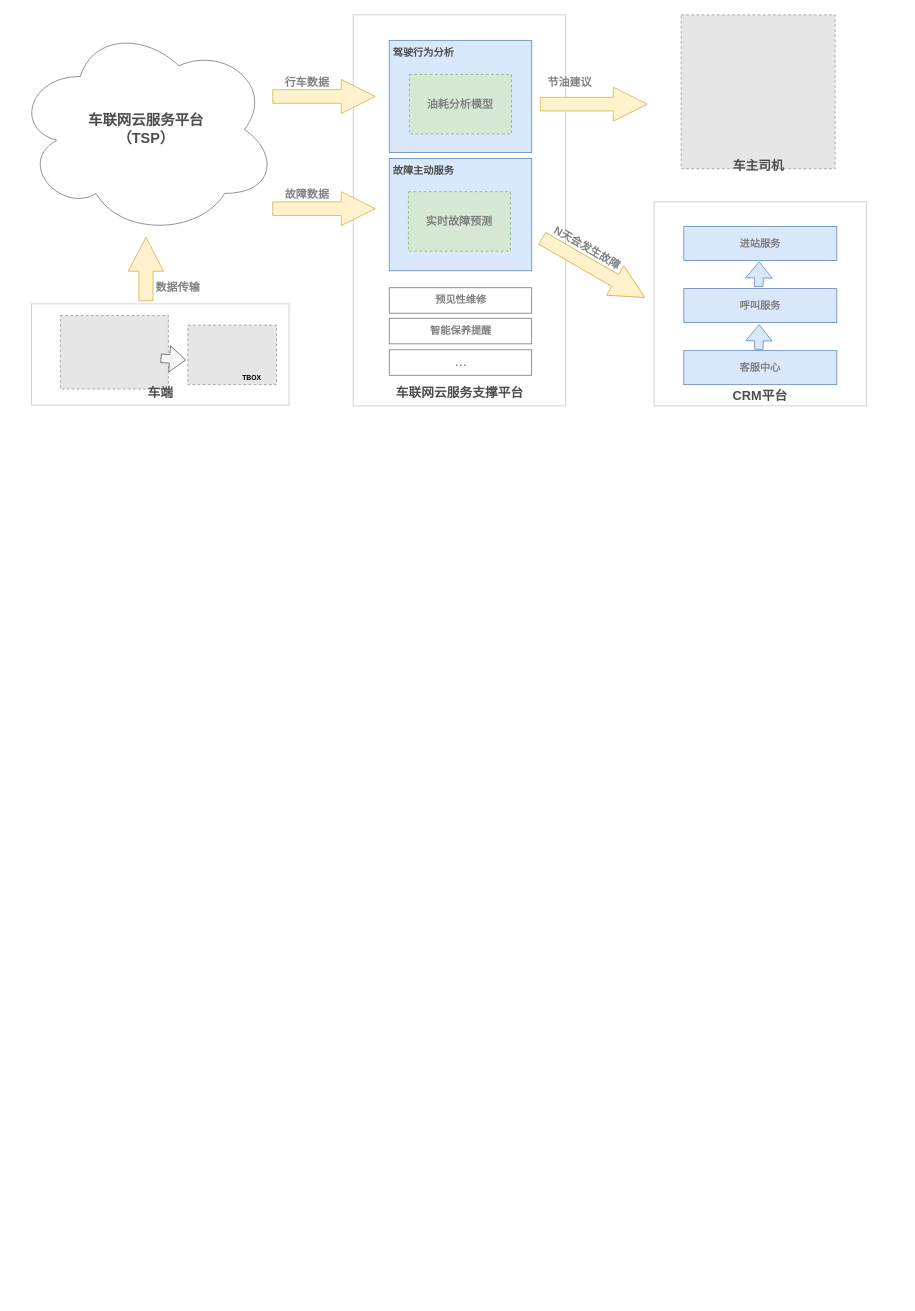
Max-yuki/share keeps this draw.io diagram as gb-ontology.drawio. Above is the earlier version. Source tidied: cells renumbered, new cells numbered last; positions are measured from the earlier drawing's top-left corner, leaving out a move shared by most shapes. Both pictures are drawn from the tidied source at 85%, with x=0, y=0 at pixel (14, 14). Pictures stored in the file or linked from it are replaced by grey dashed boxes.
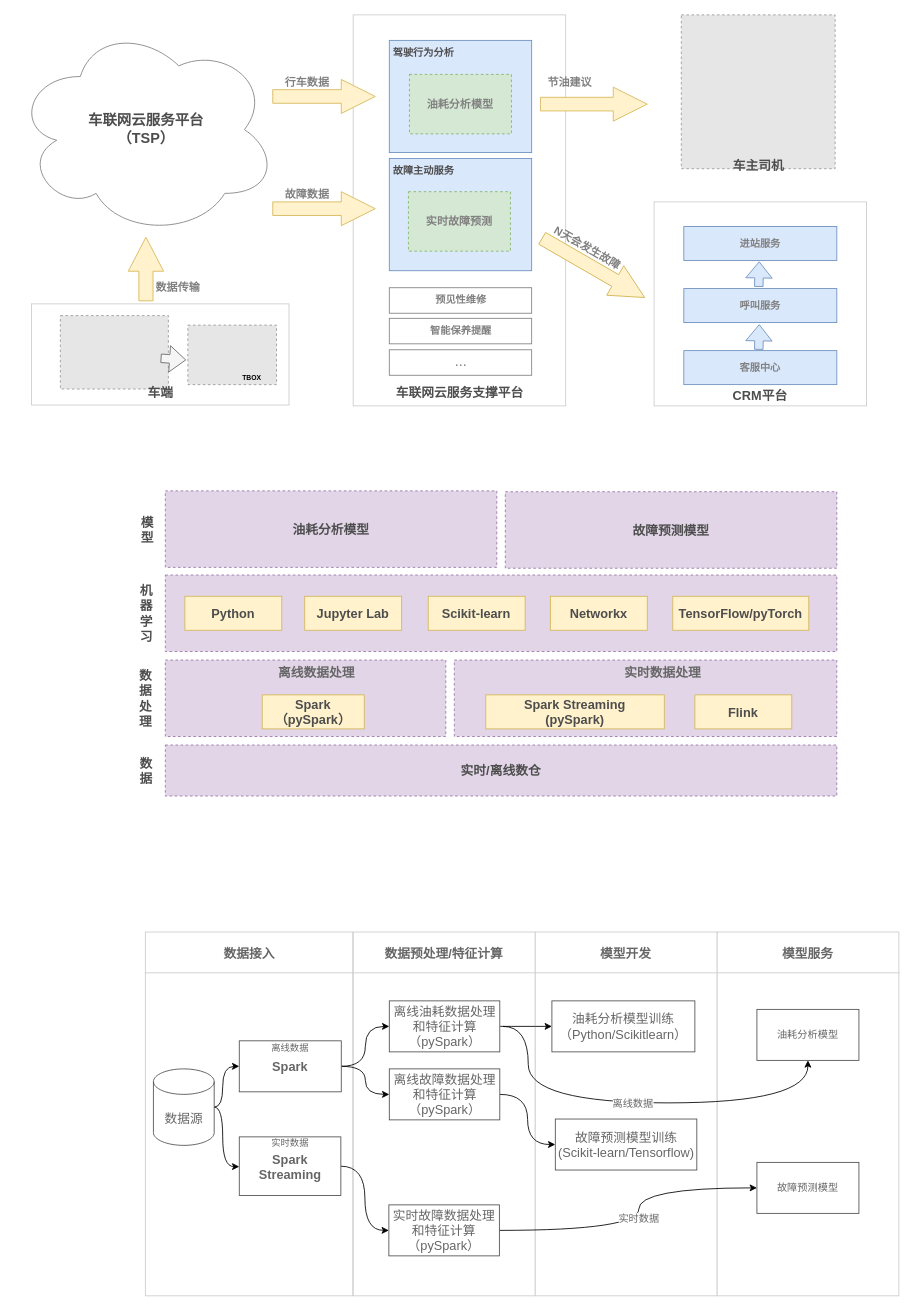
The same page after the edit.

Diff of the diagram source:
```diff
@@
+    <mxCell id="42" value="实时/离线数仓" style="rounded=0;whiteSpace=wrap;html=1;dashed=1;fontSize=15;strokeColor=#9673a6;fillColor=#e1d5e7;fontStyle=1;fontColor=#4D4D4D;" parent="1" vertex="1">
+      <mxGeometry x="177" y="859" width="790" height="60" as="geometry" />
+    </mxCell>
+    <mxCell id="43" style="rounded=0;whiteSpace=wrap;html=1;dashed=1;fontSize=15;strokeColor=#9673a6;fillColor=#e1d5e7;" parent="1" vertex="1">
+      <mxGeometry x="177" y="759" width="330" height="90" as="geometry" />
+    </mxCell>
+    <mxCell id="44" style="rounded=0;whiteSpace=wrap;html=1;dashed=1;fontSize=15;strokeColor=#9673a6;fillColor=#e1d5e7;" parent="1" vertex="1">
+      <mxGeometry x="517" y="759" width="450" height="90" as="geometry" />
+    </mxCell>
+    <mxCell id="45" value="离线数据处理" style="text;html=1;strokeColor=none;fillColor=none;align=center;verticalAlign=middle;whiteSpace=wrap;rounded=0;dashed=1;fontSize=15;fontColor=#666666;fontStyle=1;" parent="1" vertex="1">
+      <mxGeometry x="299" y="759" width="112" height="30" as="geometry" />
+    </mxCell>
+    <mxCell id="46" value="&lt;span style=&quot;&quot;&gt;实时数据处理&lt;/span&gt;" style="text;html=1;strokeColor=none;fillColor=none;align=center;verticalAlign=middle;whiteSpace=wrap;rounded=0;dashed=1;fontSize=15;fontColor=#666666;fontStyle=1;" parent="1" vertex="1">
+      <mxGeometry x="681.5" y="759" width="161" height="30" as="geometry" />
+    </mxCell>
+    <mxCell id="47" value="Spark（pySpark）" style="rounded=0;whiteSpace=wrap;html=1;fontSize=15;strokeColor=#d6b656;fontStyle=1;fillColor=#fff2cc;fontColor=#4D4D4D;" parent="1" vertex="1">
+      <mxGeometry x="291" y="800" width="120" height="40" as="geometry" />
+    </mxCell>
+    <mxCell id="48" value="Spark Streaming&lt;br&gt;(pySpark)" style="rounded=0;whiteSpace=wrap;html=1;fontSize=15;strokeColor=#d6b656;fontStyle=1;fillColor=#fff2cc;fontColor=#4D4D4D;" parent="1" vertex="1">
+      <mxGeometry x="554" y="800" width="210" height="40" as="geometry" />
+    </mxCell>
+    <mxCell id="49" value="Flink" style="rounded=0;whiteSpace=wrap;html=1;fontSize=15;strokeColor=#d6b656;fontStyle=1;fillColor=#fff2cc;fontColor=#4D4D4D;" parent="1" vertex="1">
+      <mxGeometry x="800" y="800" width="114" height="40" as="geometry" />
+    </mxCell>
+    <mxCell id="50" style="rounded=0;whiteSpace=wrap;html=1;dashed=1;fontSize=15;strokeColor=#9673a6;fillColor=#e1d5e7;" parent="1" vertex="1">
+      <mxGeometry x="177" y="659" width="790" height="90" as="geometry" />
+    </mxCell>
+    <mxCell id="51" value="油耗分析模型" style="rounded=0;whiteSpace=wrap;html=1;dashed=1;fontSize=15;strokeColor=#9673a6;fillColor=#e1d5e7;fontStyle=1;fontColor=#4D4D4D;" parent="1" vertex="1">
+      <mxGeometry x="177" y="560" width="390" height="90" as="geometry" />
+    </mxCell>
+    <mxCell id="52" value="故障预测模型" style="rounded=0;whiteSpace=wrap;html=1;dashed=1;fontSize=15;strokeColor=#9673a6;fillColor=#e1d5e7;fontStyle=1;fontColor=#4D4D4D;" parent="1" vertex="1">
+      <mxGeometry x="577" y="561" width="390" height="90" as="geometry" />
+    </mxCell>
+    <mxCell id="53" value="Python" style="rounded=0;whiteSpace=wrap;html=1;fontSize=15;strokeColor=#d6b656;fontStyle=1;fillColor=#fff2cc;fontColor=#4D4D4D;" parent="1" vertex="1">
+      <mxGeometry x="200" y="684" width="114" height="40" as="geometry" />
+    </mxCell>
+    <mxCell id="54" value="Jupyter Lab" style="rounded=0;whiteSpace=wrap;html=1;fontSize=15;strokeColor=#d6b656;fontStyle=1;fillColor=#fff2cc;fontColor=#4D4D4D;" parent="1" vertex="1">
+      <mxGeometry x="341" y="684" width="114" height="40" as="geometry" />
+    </mxCell>
+    <mxCell id="55" value="Scikit-learn" style="rounded=0;whiteSpace=wrap;html=1;fontSize=15;strokeColor=#d6b656;fontStyle=1;fillColor=#fff2cc;fontColor=#4D4D4D;" parent="1" vertex="1">
+      <mxGeometry x="486.3" y="684" width="114" height="40" as="geometry" />
+    </mxCell>
+    <mxCell id="56" value="Networkx" style="rounded=0;whiteSpace=wrap;html=1;fontSize=15;strokeColor=#d6b656;fontStyle=1;fillColor=#fff2cc;fontColor=#4D4D4D;" parent="1" vertex="1">
+      <mxGeometry x="630" y="684" width="114" height="40" as="geometry" />
+    </mxCell>
+    <mxCell id="57" value="TensorFlow/pyTorch" style="rounded=0;whiteSpace=wrap;html=1;fontSize=15;strokeColor=#d6b656;fontStyle=1;fillColor=#fff2cc;fontColor=#4D4D4D;" parent="1" vertex="1">
+      <mxGeometry x="774" y="684" width="160" height="40" as="geometry" />
+    </mxCell>
+    <mxCell id="58" value="数据" style="text;html=1;strokeColor=none;fillColor=none;align=center;verticalAlign=middle;whiteSpace=wrap;rounded=0;dashed=1;fontSize=15;fontColor=#4D4D4D;fontStyle=1;" parent="1" vertex="1">
+      <mxGeometry x="141.7" y="874" width="25" height="30" as="geometry" />
+    </mxCell>
+    <mxCell id="59" value="数据处理" style="text;html=1;strokeColor=none;fillColor=none;align=center;verticalAlign=middle;whiteSpace=wrap;rounded=0;dashed=1;fontSize=15;fontColor=#4D4D4D;fontStyle=1;" parent="1" vertex="1">
+      <mxGeometry x="144" y="789" width="20" height="30" as="geometry" />
+    </mxCell>
+    <mxCell id="60" value="机&lt;br&gt;器&lt;br&gt;学&lt;br&gt;习" style="text;html=1;strokeColor=none;fillColor=none;align=center;verticalAlign=middle;whiteSpace=wrap;rounded=0;dashed=1;fontSize=15;fontColor=#4D4D4D;fontStyle=1;" parent="1" vertex="1">
+      <mxGeometry x="140" y="689" width="30" height="30" as="geometry" />
+    </mxCell>
+    <mxCell id="61" value="模型" style="text;html=1;strokeColor=none;fillColor=none;align=center;verticalAlign=middle;whiteSpace=wrap;rounded=0;dashed=1;fontSize=15;fontColor=#4D4D4D;fontStyle=1;" parent="1" vertex="1">
+      <mxGeometry x="144.7" y="591" width="22" height="30" as="geometry" />
+    </mxCell>
+    <mxCell id="62" style="edgeStyle=orthogonalEdgeStyle;curved=1;rounded=0;jettySize=auto;html=1;exitX=1;exitY=0.5;exitDx=0;exitDy=0;entryX=0;entryY=0.5;entryDx=0;entryDy=0;fontSize=12;fontColor=#666666;strokeWidth=1;" parent="1" edge="1" source="86">
+      <mxGeometry relative="1" as="geometry">
+        <mxPoint x="444" y="1235" as="targetPoint" />
+      </mxGeometry>
+    </mxCell>
+    <mxCell id="63" style="edgeStyle=orthogonalEdgeStyle;curved=1;rounded=0;jettySize=auto;html=1;exitX=1;exitY=0.5;exitDx=0;exitDy=0;fontSize=12;fontColor=#666666;strokeWidth=1;" parent="1" edge="1" source="83" target="76">
+      <mxGeometry relative="1" as="geometry" />
+    </mxCell>
+    <mxCell id="64" style="edgeStyle=orthogonalEdgeStyle;curved=1;rounded=0;jettySize=auto;html=1;exitX=1;exitY=0.5;exitDx=0;exitDy=0;entryX=0.16;entryY=0.55;entryDx=0;entryDy=0;entryPerimeter=0;fontSize=12;fontColor=#666666;strokeWidth=1;" parent="1" edge="1" source="71">
+      <mxGeometry relative="1" as="geometry">
+        <mxPoint x="891.6" y="1222" as="targetPoint" />
+      </mxGeometry>
+    </mxCell>
+    <mxCell id="65" style="edgeStyle=orthogonalEdgeStyle;curved=1;rounded=0;jettySize=auto;html=1;exitX=1;exitY=0.5;exitDx=0;exitDy=0;entryX=0.16;entryY=0.55;entryDx=0;entryDy=0;entryPerimeter=0;fontSize=12;fontColor=#666666;strokeWidth=1;" parent="1" edge="1" source="72">
+      <mxGeometry relative="1" as="geometry">
+        <mxPoint x="894.3" y="1414.6" as="targetPoint" />
+      </mxGeometry>
+    </mxCell>
+    <mxCell id="66" style="edgeStyle=orthogonalEdgeStyle;curved=1;rounded=0;jettySize=auto;html=1;exitX=1;exitY=0.5;exitDx=0;exitDy=0;entryX=0;entryY=0.5;entryDx=0;entryDy=0;fontSize=12;fontColor=#666666;strokeWidth=1;" parent="1" edge="1" target="71">
+      <mxGeometry relative="1" as="geometry">
+        <mxPoint x="564" y="1235" as="sourcePoint" />
+      </mxGeometry>
+    </mxCell>
+    <mxCell id="67" value="模型服务" style="rounded=0;whiteSpace=wrap;html=1;fontSize=15;fontColor=#666666;strokeColor=#CCCCCC;fontStyle=1;" parent="1" vertex="1">
+      <mxGeometry x="826" y="1079" width="214" height="49" as="geometry" />
+    </mxCell>
+    <mxCell id="68" style="rounded=0;whiteSpace=wrap;html=1;fontSize=15;fontColor=#666666;strokeColor=#CCCCCC;" parent="1" vertex="1">
+      <mxGeometry x="826" y="1127" width="214" height="380" as="geometry" />
+    </mxCell>
+    <mxCell id="69" value="模型开发" style="rounded=0;whiteSpace=wrap;html=1;fontSize=15;fontColor=#666666;strokeColor=#CCCCCC;fontStyle=1;" parent="1" vertex="1">
+      <mxGeometry x="612" y="1079" width="214" height="49" as="geometry" />
+    </mxCell>
+    <mxCell id="70" style="rounded=0;whiteSpace=wrap;html=1;fontSize=15;fontColor=#666666;strokeColor=#CCCCCC;" parent="1" vertex="1">
+      <mxGeometry x="612" y="1127" width="214" height="380" as="geometry" />
+    </mxCell>
+    <mxCell id="71" value="油耗分析模型训练&lt;br&gt;（Python/Scikitlearn）" style="rounded=0;whiteSpace=wrap;html=1;fontSize=15;fontColor=#666666;strokeColor=#4D4D4D;" parent="1" vertex="1">
+      <mxGeometry x="631.8" y="1160" width="168.2" height="60" as="geometry" />
+    </mxCell>
+    <mxCell id="72" value="故障预测模型训练&lt;br&gt;(Scikit-learn/Tensorflow)" style="rounded=0;whiteSpace=wrap;html=1;fontSize=15;fontColor=#666666;strokeColor=#4D4D4D;" parent="1" vertex="1">
+      <mxGeometry x="635.8" y="1299" width="166.5" height="60" as="geometry" />
+    </mxCell>
+    <mxCell id="73" value="数据预处理/特征计算" style="rounded=0;whiteSpace=wrap;html=1;fontSize=15;fontColor=#666666;strokeColor=#CCCCCC;fontStyle=1;" parent="1" vertex="1">
+      <mxGeometry x="398" y="1079" width="214" height="49" as="geometry" />
+    </mxCell>
+    <mxCell id="74" style="rounded=0;whiteSpace=wrap;html=1;fontSize=15;fontColor=#666666;strokeColor=#CCCCCC;" parent="1" vertex="1">
+      <mxGeometry x="398" y="1127" width="214" height="380" as="geometry" />
+    </mxCell>
+    <mxCell id="75" value="实时数据" style="edgeStyle=orthogonalEdgeStyle;curved=1;rounded=0;jettySize=auto;html=1;exitX=1;exitY=0.5;exitDx=0;exitDy=0;entryX=0;entryY=0.5;entryDx=0;entryDy=0;fontSize=12;fontColor=#666666;strokeWidth=1;" parent="1" edge="1" source="76" target="95">
+      <mxGeometry relative="1" as="geometry">
+        <Array as="points">
+          <mxPoint x="734" y="1430" />
+          <mxPoint x="734" y="1380" />
+        </Array>
+      </mxGeometry>
+    </mxCell>
+    <mxCell id="76" value="实时故障数据处理和特征计算（pySpark）" style="rounded=0;whiteSpace=wrap;html=1;fontSize=15;fontColor=#666666;strokeColor=#4D4D4D;" parent="1" vertex="1">
+      <mxGeometry x="440" y="1400" width="130" height="60" as="geometry" />
+    </mxCell>
+    <mxCell id="77" value="数据接入" style="rounded=0;whiteSpace=wrap;html=1;fontSize=15;fontColor=#666666;strokeColor=#CCCCCC;fontStyle=1;" parent="1" vertex="1">
+      <mxGeometry x="153.5" y="1079" width="244" height="49" as="geometry" />
+    </mxCell>
+    <mxCell id="78" style="rounded=0;whiteSpace=wrap;html=1;fontSize=15;fontColor=#666666;strokeColor=#CCCCCC;" parent="1" vertex="1">
+      <mxGeometry x="153.5" y="1127" width="244" height="380" as="geometry" />
+    </mxCell>
+    <mxCell id="79" style="edgeStyle=orthogonalEdgeStyle;rounded=0;jettySize=auto;html=1;exitX=1;exitY=0.5;exitDx=0;exitDy=0;exitPerimeter=0;entryX=0;entryY=0.5;entryDx=0;entryDy=0;fontSize=15;fontColor=#666666;strokeWidth=1;curved=1;" parent="1" edge="1" source="81" target="86">
+      <mxGeometry relative="1" as="geometry">
+        <Array as="points">
+          <mxPoint x="244.5" y="1285" />
+          <mxPoint x="244.5" y="1237" />
+        </Array>
+      </mxGeometry>
+    </mxCell>
+    <mxCell id="80" style="edgeStyle=orthogonalEdgeStyle;curved=1;rounded=0;jettySize=auto;html=1;exitX=1;exitY=0.5;exitDx=0;exitDy=0;exitPerimeter=0;fontSize=15;fontColor=#666666;strokeWidth=1;" parent="1" edge="1" source="81" target="83">
+      <mxGeometry relative="1" as="geometry">
+        <Array as="points">
+          <mxPoint x="244.5" y="1285" />
+          <mxPoint x="244.5" y="1355" />
+        </Array>
+      </mxGeometry>
+    </mxCell>
+    <mxCell id="81" value="数据源" style="shape=cylinder3;whiteSpace=wrap;html=1;boundedLbl=1;backgroundOutline=1;size=15;fontSize=15;fontColor=#666666;strokeColor=#4D4D4D;" parent="1" vertex="1">
+      <mxGeometry x="163" y="1240" width="71.5" height="90" as="geometry" />
+    </mxCell>
+    <mxCell id="82" style="edgeStyle=orthogonalEdgeStyle;curved=1;rounded=0;jettySize=auto;html=1;exitX=1;exitY=0.5;exitDx=0;exitDy=0;entryX=0;entryY=0.5;entryDx=0;entryDy=0;fontSize=12;fontColor=#666666;strokeWidth=1;" parent="1" edge="1" source="83" target="76">
+      <mxGeometry relative="1" as="geometry" />
+    </mxCell>
+    <mxCell id="83" value="Spark Streaming" style="rounded=0;whiteSpace=wrap;html=1;fontSize=15;fontColor=#666666;strokeColor=#4D4D4D;fontStyle=1;" parent="1" vertex="1">
+      <mxGeometry x="264" y="1320" width="119.5" height="69" as="geometry" />
+    </mxCell>
+    <mxCell id="84" style="edgeStyle=orthogonalEdgeStyle;curved=1;rounded=0;jettySize=auto;html=1;exitX=1;exitY=0.5;exitDx=0;exitDy=0;entryX=0;entryY=0.5;entryDx=0;entryDy=0;fontSize=12;fontColor=#666666;strokeWidth=1;" parent="1" edge="1" source="86" target="92">
+      <mxGeometry relative="1" as="geometry" />
+    </mxCell>
+    <mxCell id="85" style="edgeStyle=orthogonalEdgeStyle;curved=1;rounded=0;jettySize=auto;html=1;exitX=1;exitY=0.5;exitDx=0;exitDy=0;entryX=0;entryY=0.5;entryDx=0;entryDy=0;fontSize=12;fontColor=#666666;strokeWidth=1;" parent="1" edge="1" source="86" target="94">
+      <mxGeometry relative="1" as="geometry" />
+    </mxCell>
+    <mxCell id="86" value="&lt;b&gt;Spark&lt;/b&gt;" style="rounded=0;whiteSpace=wrap;html=1;fontSize=15;fontColor=#666666;strokeColor=#4D4D4D;" parent="1" vertex="1">
+      <mxGeometry x="264" y="1207" width="120" height="60" as="geometry" />
+    </mxCell>
+    <mxCell id="87" value="离线数据" style="text;html=1;strokeColor=none;fillColor=none;align=center;verticalAlign=middle;whiteSpace=wrap;rounded=0;fontSize=11;fontColor=#666666;" parent="1" vertex="1">
+      <mxGeometry x="289" y="1200" width="70" height="30" as="geometry" />
+    </mxCell>
+    <mxCell id="88" value="实时数据" style="text;html=1;strokeColor=none;fillColor=none;align=center;verticalAlign=middle;whiteSpace=wrap;rounded=0;fontSize=11;fontColor=#666666;" parent="1" vertex="1">
+      <mxGeometry x="289" y="1312" width="70" height="30" as="geometry" />
+    </mxCell>
+    <mxCell id="89" style="edgeStyle=orthogonalEdgeStyle;curved=1;rounded=0;jettySize=auto;html=1;exitX=1;exitY=0.5;exitDx=0;exitDy=0;entryX=0;entryY=0.5;entryDx=0;entryDy=0;fontSize=12;fontColor=#666666;strokeWidth=1;" parent="1" edge="1" source="92" target="71">
+      <mxGeometry relative="1" as="geometry" />
+    </mxCell>
+    <mxCell id="90" style="edgeStyle=orthogonalEdgeStyle;curved=1;rounded=0;jettySize=auto;html=1;fontSize=12;fontColor=#666666;strokeWidth=1;entryX=0.5;entryY=1;entryDx=0;entryDy=0;" parent="1" edge="1" target="96">
+      <mxGeometry relative="1" as="geometry">
+        <mxPoint x="574" y="1190" as="sourcePoint" />
+        <Array as="points">
+          <mxPoint x="604" y="1190" />
+          <mxPoint x="604" y="1280" />
+          <mxPoint x="933" y="1280" />
+        </Array>
+      </mxGeometry>
+    </mxCell>
+    <mxCell id="91" value="离线数据" style="edgeLabel;html=1;align=center;verticalAlign=middle;fontSize=12;fontColor=#666666;" parent="90" vertex="1">
+      <mxGeometry x="-0.03" relative="1" as="geometry" />
+    </mxCell>
+    <mxCell id="92" value="离线油耗数据处理和特征计算（pySpark）" style="rounded=0;whiteSpace=wrap;html=1;fontSize=15;fontColor=#666666;strokeColor=#4D4D4D;" parent="1" vertex="1">
+      <mxGeometry x="440.5" y="1160" width="130" height="60" as="geometry" />
+    </mxCell>
+    <mxCell id="93" style="edgeStyle=orthogonalEdgeStyle;curved=1;rounded=0;jettySize=auto;html=1;exitX=1;exitY=0.5;exitDx=0;exitDy=0;fontSize=12;fontColor=#666666;strokeWidth=1;" parent="1" edge="1" source="94" target="72">
+      <mxGeometry relative="1" as="geometry" />
+    </mxCell>
+    <mxCell id="94" value="离线故障数据处理和特征计算（pySpark）" style="rounded=0;whiteSpace=wrap;html=1;fontSize=15;fontColor=#666666;strokeColor=#4D4D4D;" parent="1" vertex="1">
+      <mxGeometry x="440.5" y="1240" width="130" height="60" as="geometry" />
+    </mxCell>
+    <mxCell id="95" value="故障预测模型" style="rounded=0;whiteSpace=wrap;html=1;fontSize=12;fontColor=#666666;strokeColor=#4D4D4D;" parent="1" vertex="1">
+      <mxGeometry x="873" y="1350" width="120" height="60" as="geometry" />
+    </mxCell>
+    <mxCell id="96" value="油耗分析模型" style="rounded=0;whiteSpace=wrap;html=1;fontSize=12;fontColor=#666666;strokeColor=#4D4D4D;" parent="1" vertex="1">
+      <mxGeometry x="873" y="1170" width="120" height="60" as="geometry" />
+    </mxCell>
```
